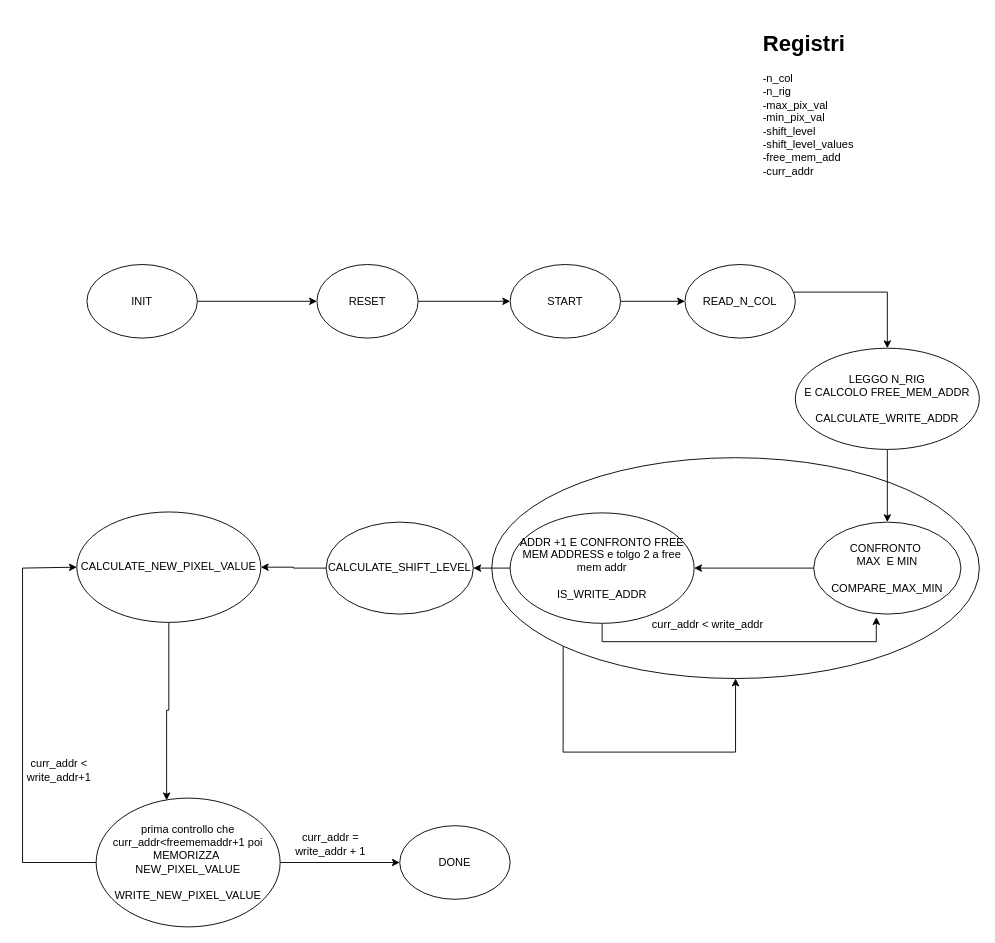
maurofama99/Progetto-Reti-Logiche-2021 keeps this draw.io diagram as doc/FSM.drawio. Above is the earlier version. Source tidied: cells renumbered, new cells numbered last; positions are measured from the earlier drawing's top-left corner, leaving out a move shared by most shapes. Both pictures are drawn from the tidied source at 92%, with x=0, y=0 at pixel (22, 25).
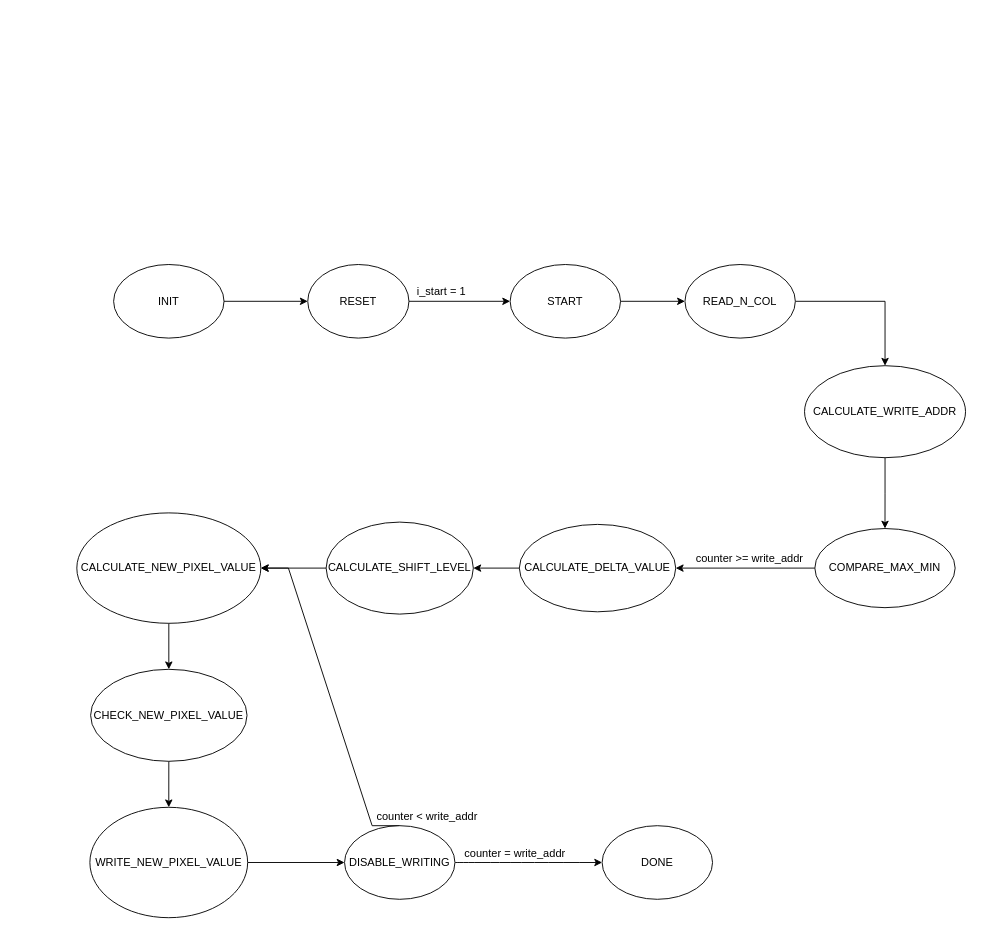
After the change.

Unchanged cells that the change refers to:
```xml
<mxCell id="11" value="READ_N_COL" style="ellipse;whiteSpace=wrap;html=1;" parent="1" vertex="1">
  <mxGeometry x="720" y="260" width="120" height="80" as="geometry" />
</mxCell>
<mxCell id="15" value="CALCULATE_SHIFT_LEVEL&lt;br&gt;" style="ellipse;whiteSpace=wrap;html=1;" parent="1" vertex="1">
  <mxGeometry x="330" y="540" width="160" height="100" as="geometry" />
</mxCell>
```

What changed in the source:
```diff
@@
-    <mxCell id="2" style="ellipse;whiteSpace=wrap;html=1;" parent="1" vertex="1">
-      <mxGeometry x="510" y="470" width="530" height="240" as="geometry" />
-    </mxCell>
@@
     <mxCell id="4" value="INIT" style="ellipse;whiteSpace=wrap;html=1;" parent="1" vertex="1">
-      <mxGeometry x="70" y="260" width="120" height="80" as="geometry" />
+      <mxGeometry x="99" y="260" width="120" height="80" as="geometry" />
     </mxCell>
-    <mxCell id="5" value="&lt;h1&gt;&lt;span&gt;Registri&lt;/span&gt;&lt;/h1&gt;&lt;div&gt;&lt;span style=&quot;font-size: 12px ; font-weight: 400&quot;&gt;-n_col&lt;/span&gt;&lt;/div&gt;&lt;div&gt;&lt;span style=&quot;font-size: 12px ; font-weight: 400&quot;&gt;-n_rig&lt;/span&gt;&lt;/div&gt;&lt;div&gt;&lt;span style=&quot;font-size: 12px ; font-weight: 400&quot;&gt;-max_pix_val&lt;/span&gt;&lt;/div&gt;&lt;div&gt;&lt;span style=&quot;font-size: 12px ; font-weight: 400&quot;&gt;-min_pix_val&lt;/span&gt;&lt;/div&gt;&lt;div&gt;&lt;span style=&quot;font-size: 12px ; font-weight: 400&quot;&gt;-shift_level&lt;/span&gt;&lt;/div&gt;&lt;div&gt;&lt;span style=&quot;font-size: 12px ; font-weight: 400&quot;&gt;-shift_level_values&lt;/span&gt;&lt;/div&gt;&lt;div&gt;&lt;span style=&quot;font-size: 12px ; font-weight: 400&quot;&gt;-free_mem_add&lt;/span&gt;&lt;/div&gt;&lt;div&gt;&lt;span style=&quot;font-size: 12px ; font-weight: 400&quot;&gt;-curr_addr&lt;/span&gt;&lt;/div&gt;" style="text;html=1;strokeColor=none;fillColor=none;spacing=5;spacingTop=-20;whiteSpace=wrap;overflow=hidden;rounded=0;" parent="1" vertex="1">
-      <mxGeometry x="800" width="170" height="180" as="geometry" />
-    </mxCell>
@@
     <mxCell id="7" value="RESET" style="ellipse;whiteSpace=wrap;html=1;" parent="1" vertex="1">
-      <mxGeometry x="320" y="260" width="110" height="80" as="geometry" />
+      <mxGeometry x="310" y="260" width="110" height="80" as="geometry" />
     </mxCell>
@@
-    <mxCell id="10" style="edgeStyle=orthogonalEdgeStyle;rounded=0;jettySize=auto;html=1;entryX=0.5;entryY=0;entryDx=0;entryDy=0;" parent="1" edge="1" source="11" target="13">
-      <mxGeometry relative="1" as="geometry">
-        <Array as="points">
-          <mxPoint x="940" y="290" />
-        </Array>
-      </mxGeometry>
+    <mxCell id="10" style="edgeStyle=orthogonalEdgeStyle;rounded=0;jettySize=auto;html=1;exitX=1;exitY=0.5;exitDx=0;exitDy=0;entryX=0.5;entryY=0;entryDx=0;entryDy=0;" parent="1" edge="1" source="11" target="13">
+      <mxGeometry relative="1" as="geometry" />
     </mxCell>
@@
-    <mxCell id="12" style="edgeStyle=orthogonalEdgeStyle;rounded=0;jettySize=auto;html=1;" parent="1" edge="1" source="13" target="25">
-      <mxGeometry relative="1" as="geometry" />
-    </mxCell>
+    <mxCell id="31" style="edgeStyle=orthogonalEdgeStyle;rounded=0;jettySize=auto;html=1;exitX=0.5;exitY=1;exitDx=0;exitDy=0;" parent="1" edge="1" source="13" target="36">
+      <mxGeometry relative="1" as="geometry" />
+    </mxCell>
-    <mxCell id="13" value="LEGGO N_RIG&lt;br&gt;E CALCOLO FREE_MEM_ADDR&lt;br&gt;&lt;br&gt;CALCULATE_WRITE_ADDR" style="ellipse;whiteSpace=wrap;html=1;" parent="1" vertex="1">
-      <mxGeometry x="840" y="351" width="200" height="110" as="geometry" />
+    <mxCell id="13" value="CALCULATE_WRITE_ADDR" style="ellipse;whiteSpace=wrap;html=1;" parent="1" vertex="1">
+      <mxGeometry x="850" y="370" width="175" height="100" as="geometry" />
     </mxCell>
@@
-    <mxCell id="16" style="edgeStyle=orthogonalEdgeStyle;rounded=0;jettySize=auto;html=1;entryX=0.383;entryY=0.017;entryDx=0;entryDy=0;entryPerimeter=0;" parent="1" edge="1" source="17" target="20">
-      <mxGeometry relative="1" as="geometry" />
-    </mxCell>
+    <mxCell id="32" style="edgeStyle=orthogonalEdgeStyle;rounded=0;jettySize=auto;html=1;exitX=0.5;exitY=1;exitDx=0;exitDy=0;entryX=0.5;entryY=0;entryDx=0;entryDy=0;" parent="1" edge="1" source="17" target="42">
+      <mxGeometry relative="1" as="geometry" />
+    </mxCell>
     <mxCell id="17" value="CALCULATE_NEW_PIXEL_VALUE" style="ellipse;whiteSpace=wrap;html=1;" parent="1" vertex="1">
-      <mxGeometry x="59" y="529" width="200" height="120" as="geometry" />
+      <mxGeometry x="59" y="530" width="200" height="120" as="geometry" />
     </mxCell>
-    <mxCell id="18" style="edgeStyle=orthogonalEdgeStyle;rounded=0;jettySize=auto;html=1;entryX=0;entryY=0.5;entryDx=0;entryDy=0;" parent="1" edge="1" source="20" target="17">
-      <mxGeometry relative="1" as="geometry">
-        <Array as="points">
-          <mxPoint y="910" />
-          <mxPoint y="590" />
-        </Array>
-      </mxGeometry>
-    </mxCell>
@@
-    <mxCell id="20" value="prima controllo che curr_addr&amp;lt;freememaddr+1 poi&lt;br&gt;MEMORIZZA&amp;nbsp;&lt;br&gt;NEW_PIXEL_VALUE&lt;br&gt;&lt;br&gt;WRITE_NEW_PIXEL_VALUE" style="ellipse;whiteSpace=wrap;html=1;" parent="1" vertex="1">
-      <mxGeometry x="80" y="840" width="200" height="140" as="geometry" />
+    <mxCell id="20" value="WRITE_NEW_PIXEL_VALUE" style="ellipse;whiteSpace=wrap;html=1;" parent="1" vertex="1">
+      <mxGeometry x="73.2" y="850" width="171.5" height="120" as="geometry" />
     </mxCell>
-    <mxCell id="21" value="curr_addr &amp;lt; write_addr+1" style="text;html=1;strokeColor=none;fillColor=none;align=center;verticalAlign=middle;whiteSpace=wrap;rounded=0;" parent="1" vertex="1">
-      <mxGeometry y="790" width="80" height="40" as="geometry" />
-    </mxCell>
+    <mxCell id="33" style="edgeStyle=entityRelationEdgeStyle;rounded=0;jettySize=auto;html=1;exitX=0.5;exitY=0;exitDx=0;exitDy=0;" parent="1" edge="1" source="22" target="17">
+      <mxGeometry relative="1" as="geometry" />
+    </mxCell>
+    <mxCell id="34" style="edgeStyle=orthogonalEdgeStyle;curved=1;rounded=0;jettySize=auto;html=1;exitX=1;exitY=0.5;exitDx=0;exitDy=0;entryX=0;entryY=0.5;entryDx=0;entryDy=0;" parent="1" edge="1" source="22" target="44">
+      <mxGeometry relative="1" as="geometry" />
+    </mxCell>
-    <mxCell id="22" value="DONE" style="ellipse;whiteSpace=wrap;html=1;" parent="1" vertex="1">
-      <mxGeometry x="410" y="870" width="120" height="80" as="geometry" />
+    <mxCell id="22" value="DISABLE_WRITING" style="ellipse;whiteSpace=wrap;html=1;" parent="1" vertex="1">
+      <mxGeometry x="350" y="870" width="120" height="80" as="geometry" />
     </mxCell>
-    <mxCell id="23" value="curr_addr = write_addr + 1" style="text;html=1;strokeColor=none;fillColor=none;align=center;verticalAlign=middle;whiteSpace=wrap;rounded=0;" parent="1" vertex="1">
-      <mxGeometry x="280" y="880" width="110" height="20" as="geometry" />
-    </mxCell>
-    <mxCell id="24" style="edgeStyle=orthogonalEdgeStyle;rounded=0;jettySize=auto;html=1;entryX=1;entryY=0.5;entryDx=0;entryDy=0;" parent="1" edge="1" source="25" target="28">
-      <mxGeometry relative="1" as="geometry" />
-    </mxCell>
-    <mxCell id="25" value="CONFRONTO&amp;nbsp;&lt;br&gt;MAX&amp;nbsp; E MIN&lt;br&gt;&lt;br&gt;COMPARE_MAX_MIN" style="ellipse;whiteSpace=wrap;html=1;" parent="1" vertex="1">
-      <mxGeometry x="860" y="540" width="160" height="100" as="geometry" />
-    </mxCell>
-    <mxCell id="26" style="edgeStyle=orthogonalEdgeStyle;rounded=0;jettySize=auto;html=1;entryX=0.425;entryY=1.033;entryDx=0;entryDy=0;entryPerimeter=0;" parent="1" edge="1" source="28" target="25">
-      <mxGeometry relative="1" as="geometry">
-        <Array as="points">
-          <mxPoint x="760" y="670" />
-          <mxPoint x="931" y="670" />
-        </Array>
-      </mxGeometry>
-    </mxCell>
-    <mxCell id="27" style="edgeStyle=orthogonalEdgeStyle;rounded=0;jettySize=auto;html=1;entryX=1;entryY=0.5;entryDx=0;entryDy=0;" parent="1" edge="1" source="28" target="15">
-      <mxGeometry relative="1" as="geometry" />
-    </mxCell>
-    <mxCell id="28" value="ADDR +1 E CONFRONTO FREE MEM ADDRESS e tolgo 2 a free mem addr&lt;br&gt;&lt;br&gt;IS_WRITE_ADDR" style="ellipse;whiteSpace=wrap;html=1;" parent="1" vertex="1">
-      <mxGeometry x="530" y="530" width="200" height="120" as="geometry" />
-    </mxCell>
-    <mxCell id="29" value="curr_addr &amp;lt; write_addr" style="text;html=1;strokeColor=none;fillColor=none;align=center;verticalAlign=middle;whiteSpace=wrap;rounded=0;" parent="1" vertex="1">
-      <mxGeometry x="680" y="640" width="130" height="23" as="geometry" />
-    </mxCell>
-    <mxCell id="30" style="edgeStyle=orthogonalEdgeStyle;rounded=0;orthogonalLoop=1;jettySize=auto;html=1;exitX=0;exitY=1;exitDx=0;exitDy=0;" parent="1" edge="1" source="2" target="2">
-      <mxGeometry relative="1" as="geometry">
-        <Array as="points">
-          <mxPoint x="588" y="790" />
-          <mxPoint x="775" y="790" />
-        </Array>
-      </mxGeometry>
-    </mxCell>
+    <mxCell id="35" style="edgeStyle=orthogonalEdgeStyle;rounded=0;jettySize=auto;html=1;exitX=0;exitY=0.5;exitDx=0;exitDy=0;entryX=1;entryY=0.5;entryDx=0;entryDy=0;" parent="1" edge="1" source="36" target="38">
+      <mxGeometry relative="1" as="geometry" />
+    </mxCell>
+    <mxCell id="36" value="COMPARE_MAX_MIN" style="ellipse;whiteSpace=wrap;html=1;" parent="1" vertex="1">
+      <mxGeometry x="861.2" y="547" width="152.5" height="86" as="geometry" />
+    </mxCell>
+    <mxCell id="37" style="edgeStyle=orthogonalEdgeStyle;rounded=0;jettySize=auto;html=1;exitX=0;exitY=0.5;exitDx=0;exitDy=0;entryX=1;entryY=0.5;entryDx=0;entryDy=0;" parent="1" edge="1" source="38" target="15">
+      <mxGeometry relative="1" as="geometry" />
+    </mxCell>
+    <mxCell id="38" value="CALCULATE_DELTA_VALUE" style="ellipse;whiteSpace=wrap;html=1;" parent="1" vertex="1">
+      <mxGeometry x="540" y="542.5" width="170" height="95" as="geometry" />
+    </mxCell>
+    <mxCell id="39" value="counter &amp;gt;= write_addr" style="text;html=1;align=center;verticalAlign=middle;" parent="1" vertex="1">
+      <mxGeometry x="725" y="570" width="130" height="20" as="geometry" />
+    </mxCell>
+    <mxCell id="40" value="i_start = 1" style="text;html=1;align=center;verticalAlign=middle;" parent="1" vertex="1">
+      <mxGeometry x="420" y="280" width="70" height="20" as="geometry" />
+    </mxCell>
+    <mxCell id="41" style="edgeStyle=orthogonalEdgeStyle;rounded=0;jettySize=auto;html=1;exitX=0.5;exitY=1;exitDx=0;exitDy=0;entryX=0.5;entryY=0;entryDx=0;entryDy=0;" parent="1" edge="1" source="42" target="20">
+      <mxGeometry relative="1" as="geometry" />
+    </mxCell>
+    <mxCell id="42" value="CHECK_NEW_PIXEL_VALUE" style="ellipse;whiteSpace=wrap;html=1;" parent="1" vertex="1">
+      <mxGeometry x="74" y="700" width="170" height="100" as="geometry" />
+    </mxCell>
+    <mxCell id="43" value="counter &amp;lt; write_addr" style="text;html=1;strokeColor=none;fillColor=none;align=center;verticalAlign=middle;whiteSpace=wrap;rounded=0;" parent="1" vertex="1">
+      <mxGeometry x="380" y="850" width="120" height="20" as="geometry" />
+    </mxCell>
+    <mxCell id="44" value="DONE" style="ellipse;whiteSpace=wrap;html=1;" parent="1" vertex="1">
+      <mxGeometry x="630" y="870" width="120" height="80" as="geometry" />
+    </mxCell>
+    <mxCell id="45" value="counter = write_addr" style="text;html=1;align=center;verticalAlign=middle;" parent="1" vertex="1">
+      <mxGeometry x="470" y="890" width="130" height="20" as="geometry" />
+    </mxCell>
```
